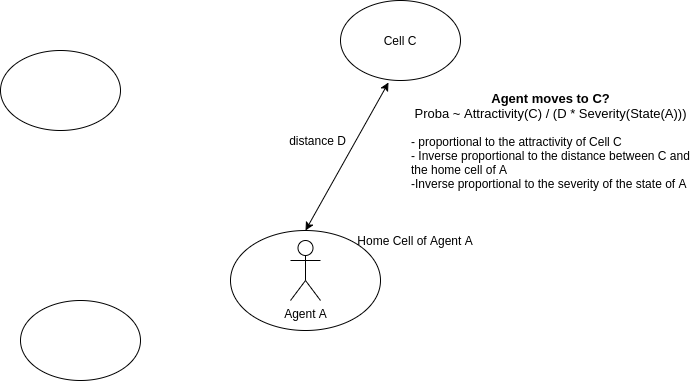
Earlier version of the draw.io export img/move.png (parcoor/py-propagsim). Source tidied: cells renumbered, new cells last; positions are measured from the earlier drawing's top-left corner, leaving out a move shared by most shapes.
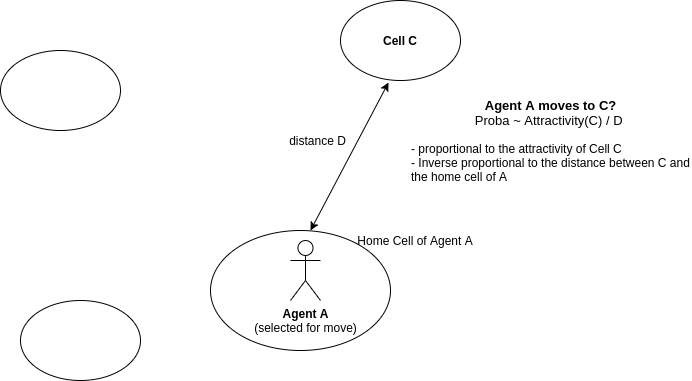
Later version of the same file.

Change to the diagram source:
```diff
@@ -3,22 +3,24 @@
     <mxCell id="0" />
     <mxCell id="1" parent="0" />
     <mxCell id="2" style="ellipse;whiteSpace=wrap;html=1;" parent="1" vertex="1">
-      <mxGeometry x="230" y="230" width="150" height="100" as="geometry" />
+      <mxGeometry x="210" y="230" width="180" height="120" as="geometry" />
     </mxCell>
     <mxCell id="3" style="ellipse;whiteSpace=wrap;html=1;" parent="1" vertex="1">
       <mxGeometry y="50" width="120" height="80" as="geometry" />
     </mxCell>
-    <mxCell id="4" value="Cell C" style="ellipse;whiteSpace=wrap;html=1;" parent="1" vertex="1">
+    <mxCell id="4" value="&lt;b&gt;Cell C&lt;/b&gt;" style="ellipse;whiteSpace=wrap;html=1;" parent="1" vertex="1">
       <mxGeometry x="340" width="120" height="80" as="geometry" />
     </mxCell>
     <mxCell id="5" style="ellipse;whiteSpace=wrap;html=1;" parent="1" vertex="1">
       <mxGeometry x="20" y="300" width="120" height="80" as="geometry" />
     </mxCell>
-    <mxCell id="6" value="Agent A" style="shape=umlActor;verticalLabelPosition=bottom;labelBackgroundColor=#ffffff;verticalAlign=top;html=1;" parent="1" vertex="1">
+    <mxCell id="6" value="&lt;b&gt;Agent A&lt;br&gt;&lt;/b&gt;(selected for move)" style="shape=umlActor;verticalLabelPosition=bottom;labelBackgroundColor=#ffffff;verticalAlign=top;html=1;" parent="1" vertex="1">
       <mxGeometry x="290" y="240" width="30" height="60" as="geometry" />
     </mxCell>
-    <mxCell id="7" style="endArrow=classic;startArrow=classic;html=1;entryX=0.4;entryY=1.025;entryDx=0;entryDy=0;entryPerimeter=0;exitX=0.5;exitY=0;exitDx=0;exitDy=0;" parent="1" edge="1" source="2" target="4">
-      <mxGeometry relative="1" as="geometry" />
+    <mxCell id="7" style="endArrow=classic;startArrow=classic;html=1;entryX=0.4;entryY=1.025;entryDx=0;entryDy=0;entryPerimeter=0;" parent="1" edge="1" target="4">
+      <mxGeometry relative="1" as="geometry">
+        <mxPoint x="310" y="230" as="sourcePoint" />
+      </mxGeometry>
     </mxCell>
     <mxCell id="8" value="Home Cell of Agent A" style="text;html=1;strokeColor=none;fillColor=none;align=center;verticalAlign=middle;whiteSpace=wrap;rounded=0;" parent="1" vertex="1">
       <mxGeometry x="355" y="230" width="120" height="20" as="geometry" />
@@ -26,7 +28,7 @@
     <mxCell id="9" value="distance D" style="text;html=1;strokeColor=none;fillColor=none;align=center;verticalAlign=middle;whiteSpace=wrap;rounded=0;" parent="1" vertex="1">
       <mxGeometry x="280" y="130" width="75" height="20" as="geometry" />
     </mxCell>
-    <mxCell id="10" value="&lt;font style=&quot;font-size: 13px&quot;&gt;&lt;b&gt;Agent moves to C?&lt;br&gt;&lt;/b&gt;Proba ~ Attractivity(C) / (D * Severity(State(A)))&lt;/font&gt;&lt;br&gt;&lt;br&gt;&lt;div style=&quot;text-align: left&quot;&gt;&lt;span&gt;- proportional to the attractivity of Cell C&lt;/span&gt;&lt;/div&gt;&lt;div style=&quot;text-align: left&quot;&gt;&lt;span&gt;- Inverse proportional to the distance between C and the home cell of A&lt;/span&gt;&lt;/div&gt;&lt;div style=&quot;text-align: left&quot;&gt;&lt;span&gt;-Inverse proportional to the severity of the state of A&lt;/span&gt;&lt;/div&gt;" style="text;html=1;strokeColor=none;fillColor=none;align=center;verticalAlign=middle;whiteSpace=wrap;rounded=0;" parent="1" vertex="1">
+    <mxCell id="10" value="&lt;font style=&quot;font-size: 13px&quot;&gt;&lt;b&gt;Agent A moves to C?&lt;br&gt;&lt;/b&gt;Proba ~ Attractivity(C) / D&amp;nbsp;&lt;/font&gt;&lt;br&gt;&lt;br&gt;&lt;div style=&quot;text-align: left&quot;&gt;&lt;span&gt;- proportional to the attractivity of Cell C&lt;/span&gt;&lt;/div&gt;&lt;div style=&quot;text-align: left&quot;&gt;&lt;span&gt;- Inverse proportional to the distance between C and the home cell of A&lt;/span&gt;&lt;/div&gt;" style="text;html=1;strokeColor=none;fillColor=none;align=center;verticalAlign=middle;whiteSpace=wrap;rounded=0;" parent="1" vertex="1">
       <mxGeometry x="410" y="85" width="281" height="110" as="geometry" />
     </mxCell>
   </root>
```
